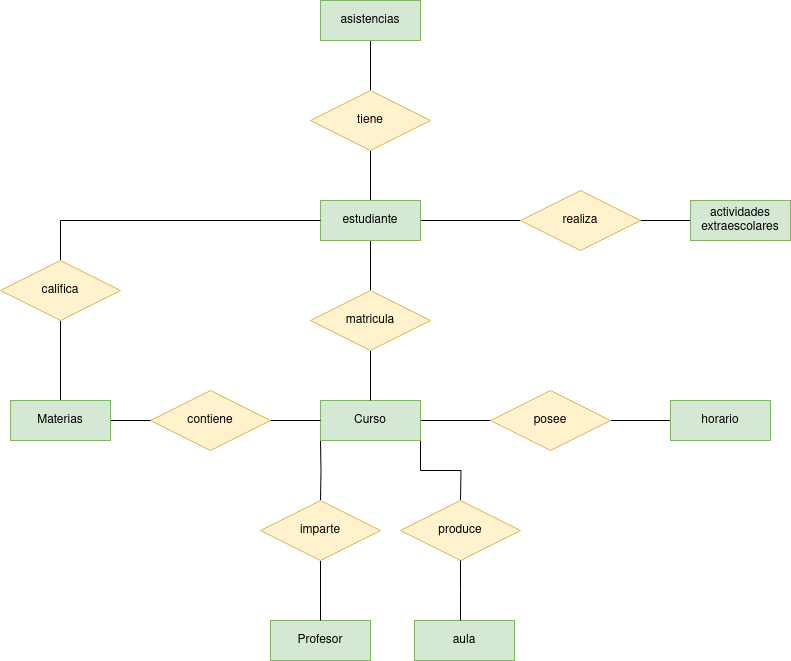
Earlier version of the draw.io export Unidad-1/Tareas/Tarea-8/tarea8.drawio.png (jdrguez/2-Daw). Source tidied: cells renumbered, new cells last; positions are measured from the earlier drawing's top-left corner, leaving out a move shared by most shapes.
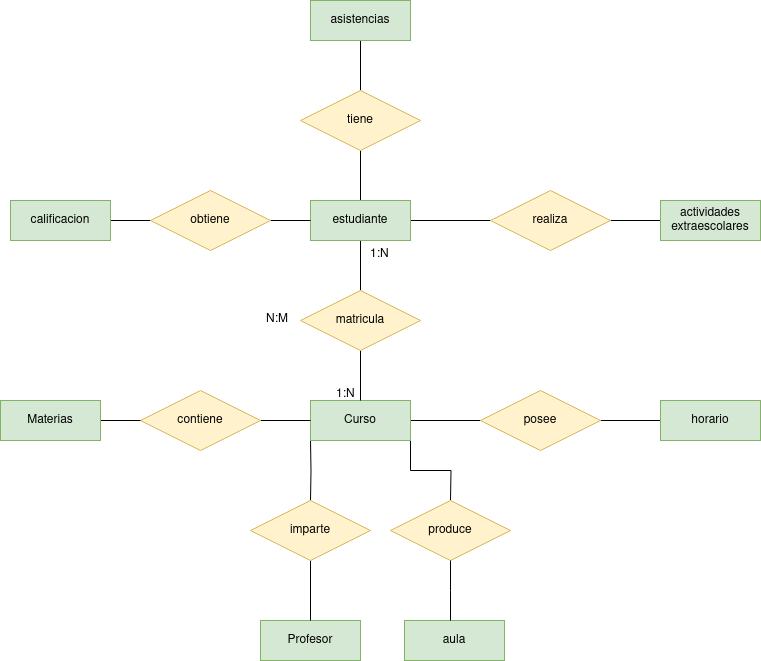
The same file after the commit.

Diff of the diagram source:
```diff
@@ -60,21 +60,12 @@
     <mxCell id="19" value="contiene" style="shape=rhombus;perimeter=rhombusPerimeter;whiteSpace=wrap;html=1;align=center;fillColor=#fff2cc;strokeColor=#d6b656;" parent="1" vertex="1">
       <mxGeometry x="150" y="390" width="120" height="60" as="geometry" />
     </mxCell>
-    <mxCell id="20" style="edgeStyle=orthogonalEdgeStyle;rounded=0;jettySize=auto;html=1;exitX=0.5;exitY=0;exitDx=0;exitDy=0;entryX=0.5;entryY=1;entryDx=0;entryDy=0;endArrow=none;endFill=0;" parent="1" edge="1" source="22" target="24">
-      <mxGeometry relative="1" as="geometry" />
-    </mxCell>
     <mxCell id="21" style="edgeStyle=orthogonalEdgeStyle;rounded=0;jettySize=auto;html=1;exitX=1;exitY=0.5;exitDx=0;exitDy=0;entryX=0;entryY=0.5;entryDx=0;entryDy=0;endArrow=none;endFill=0;" parent="1" edge="1" source="22" target="19">
       <mxGeometry relative="1" as="geometry" />
     </mxCell>
     <mxCell id="22" value="Materias" style="whiteSpace=wrap;html=1;align=center;fillColor=#d5e8d4;strokeColor=#82b366;" parent="1" vertex="1">
       <mxGeometry x="10" y="400" width="100" height="40" as="geometry" />
     </mxCell>
-    <mxCell id="23" style="edgeStyle=orthogonalEdgeStyle;rounded=0;jettySize=auto;html=1;exitX=0.5;exitY=0;exitDx=0;exitDy=0;entryX=0;entryY=0.5;entryDx=0;entryDy=0;endArrow=none;endFill=0;" parent="1" edge="1" source="24" target="9">
-      <mxGeometry relative="1" as="geometry" />
-    </mxCell>
-    <mxCell id="24" value="califica" style="shape=rhombus;perimeter=rhombusPerimeter;whiteSpace=wrap;html=1;align=center;fillColor=#fff2cc;strokeColor=#d6b656;" parent="1" vertex="1">
-      <mxGeometry y="260" width="120" height="60" as="geometry" />
-    </mxCell>
     <mxCell id="25" style="edgeStyle=orthogonalEdgeStyle;rounded=0;jettySize=auto;html=1;exitX=0.5;exitY=0;exitDx=0;exitDy=0;endArrow=none;endFill=0;" parent="1" edge="1" source="26" target="27">
       <mxGeometry relative="1" as="geometry" />
     </mxCell>
@@ -88,10 +79,10 @@
       <mxGeometry relative="1" as="geometry" />
     </mxCell>
     <mxCell id="29" value="realiza" style="shape=rhombus;perimeter=rhombusPerimeter;whiteSpace=wrap;html=1;align=center;fillColor=#fff2cc;strokeColor=#d6b656;" parent="1" vertex="1">
-      <mxGeometry x="520" y="190" width="120" height="60" as="geometry" />
+      <mxGeometry x="500" y="190" width="120" height="60" as="geometry" />
     </mxCell>
     <mxCell id="30" value="&lt;div&gt;actividades&lt;/div&gt;&lt;div&gt;extraescolares&lt;br&gt;&lt;/div&gt;" style="whiteSpace=wrap;html=1;align=center;fillColor=#d5e8d4;strokeColor=#82b366;" parent="1" vertex="1">
-      <mxGeometry x="690" y="200" width="100" height="40" as="geometry" />
+      <mxGeometry x="670" y="200" width="100" height="40" as="geometry" />
     </mxCell>
     <mxCell id="31" value="produce" style="shape=rhombus;perimeter=rhombusPerimeter;whiteSpace=wrap;html=1;align=center;fillColor=#fff2cc;strokeColor=#d6b656;" parent="1" vertex="1">
       <mxGeometry x="400" y="500" width="120" height="60" as="geometry" />
@@ -104,5 +95,26 @@
         <mxPoint x="460" y="620" as="targetPoint" />
       </mxGeometry>
     </mxCell>
+    <mxCell id="34" value="1:N" style="text;strokeColor=none;fillColor=none;spacingLeft=4;spacingRight=4;overflow=hidden;fontSize=12;whiteSpace=wrap;html=1;" parent="1" vertex="1">
+      <mxGeometry x="340" y="380" width="40" height="30" as="geometry" />
+    </mxCell>
+    <mxCell id="35" value="1:N" style="text;strokeColor=none;fillColor=none;spacingLeft=4;spacingRight=4;overflow=hidden;fontSize=12;whiteSpace=wrap;html=1;" parent="1" vertex="1">
+      <mxGeometry x="374" y="240" width="40" height="30" as="geometry" />
+    </mxCell>
+    <mxCell id="36" value="N:M" style="text;strokeColor=none;fillColor=none;spacingLeft=4;spacingRight=4;overflow=hidden;fontSize=12;whiteSpace=wrap;html=1;" parent="1" vertex="1">
+      <mxGeometry x="270" y="305" width="40" height="30" as="geometry" />
+    </mxCell>
+    <mxCell id="37" style="edgeStyle=orthogonalEdgeStyle;rounded=0;jettySize=auto;html=1;exitX=1;exitY=0.5;exitDx=0;exitDy=0;entryX=0;entryY=0.5;entryDx=0;entryDy=0;endArrow=none;endFill=0;" parent="1" edge="1" source="38" target="40">
+      <mxGeometry relative="1" as="geometry" />
+    </mxCell>
+    <mxCell id="38" value="calificacion" style="whiteSpace=wrap;html=1;align=center;fillColor=#d5e8d4;strokeColor=#82b366;" parent="1" vertex="1">
+      <mxGeometry x="20" y="200" width="100" height="40" as="geometry" />
+    </mxCell>
+    <mxCell id="39" style="edgeStyle=orthogonalEdgeStyle;rounded=0;jettySize=auto;html=1;exitX=1;exitY=0.5;exitDx=0;exitDy=0;entryX=0;entryY=0.5;entryDx=0;entryDy=0;endArrow=none;endFill=0;" parent="1" edge="1" source="40" target="9">
+      <mxGeometry relative="1" as="geometry" />
+    </mxCell>
+    <mxCell id="40" value="obtiene" style="shape=rhombus;perimeter=rhombusPerimeter;whiteSpace=wrap;html=1;align=center;fillColor=#fff2cc;strokeColor=#d6b656;" parent="1" vertex="1">
+      <mxGeometry x="160" y="190" width="120" height="60" as="geometry" />
+    </mxCell>
   </root>
 </mxGraphModel>
```
